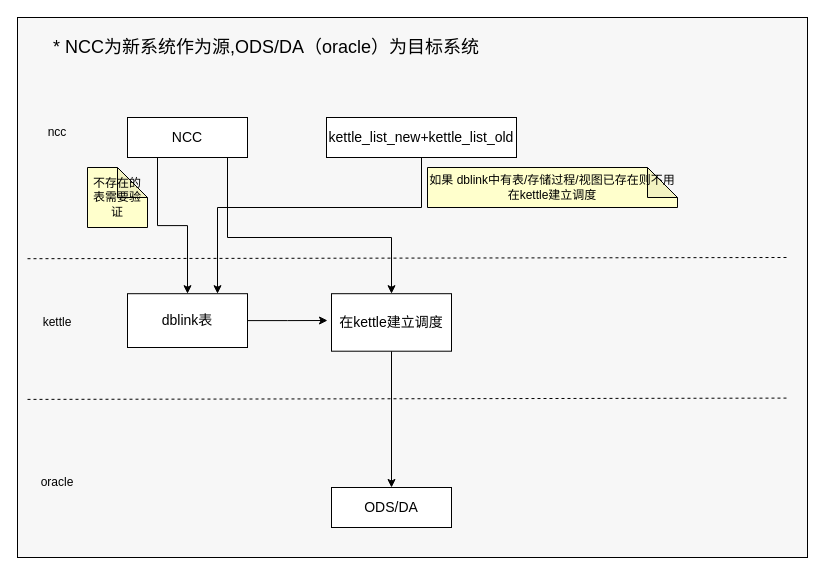
Earlier version of the draw.io diagram img/NCC升级改造.drawio (ztacode/drawio). Source tidied: cells renumbered, new cells numbered last; positions are measured from the earlier drawing's top-left corner, leaving out a move shared by most shapes. Both pictures are drawn from the tidied source at 100%, with x=0, y=0 at pixel (17, 17).
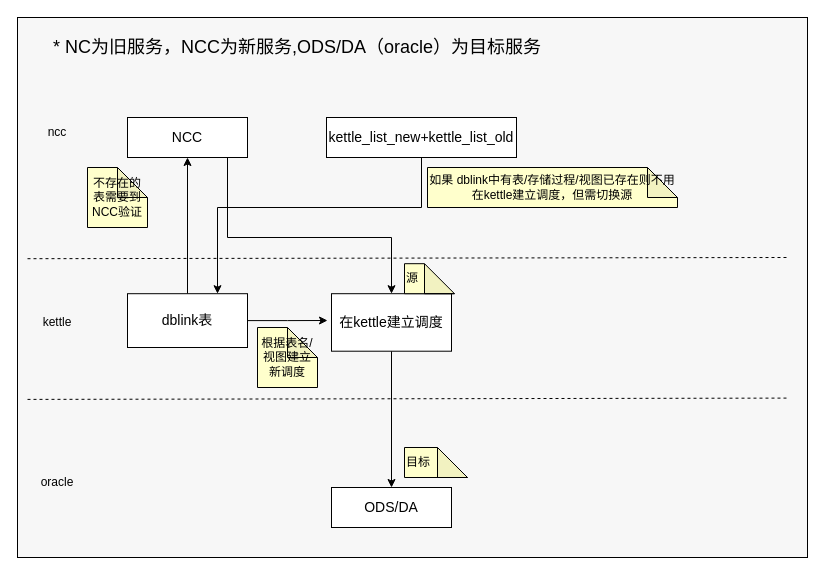
The same diagram, later.

Commit message:
更新NCC升级改造.drawio

Unchanged cells that the change refers to:
```xml
<mxCell id="7" value="&lt;font style=&quot;font-size: 14px;&quot;&gt;dblink表&lt;/font&gt;" style="rounded=0;whiteSpace=wrap;html=1;" parent="1" vertex="1">
  <mxGeometry x="110" y="276.2" width="120" height="53.8" as="geometry" />
</mxCell>
<mxCell id="13" value="&lt;font style=&quot;font-size: 14px;&quot;&gt;NCC&lt;/font&gt;" style="rounded=0;whiteSpace=wrap;html=1;fillColor=#FFFFFF;" parent="1" vertex="1">
  <mxGeometry x="110" y="100" width="120" height="40" as="geometry" />
</mxCell>
```

Diff of the diagram source:
```diff
@@
+    <mxCell id="21" style="edgeStyle=orthogonalEdgeStyle;rounded=0;jettySize=auto;html=1;exitX=0.5;exitY=0;exitDx=0;exitDy=0;shadow=0;fontFamily=Helvetica;fontSize=12;fontColor=#000000;fillColor=#F2F2F2;" parent="1" edge="1" source="7" target="13">
+      <mxGeometry relative="1" as="geometry" />
+    </mxCell>
@@
-    <mxCell id="8" value="&lt;font style=&quot;font-size: 12px;&quot;&gt;如果 dblink中有表/存储过程/视图已存在则不用在kettle建立调度&lt;/font&gt;" style="shape=note;whiteSpace=wrap;html=1;backgroundOutline=1;darkOpacity=0.05;fillColor=#FFFFCC;" parent="1" vertex="1">
+    <mxCell id="8" value="&lt;font style=&quot;font-size: 12px;&quot;&gt;如果 dblink中有表/存储过程/视图已存在则不用在kettle建立调度，但需切换源&lt;/font&gt;" style="shape=note;whiteSpace=wrap;html=1;backgroundOutline=1;darkOpacity=0.05;fillColor=#FFFFCC;" parent="1" vertex="1">
       <mxGeometry x="410" y="150" width="250" height="40" as="geometry" />
     </mxCell>
@@
-    <mxCell id="12" style="edgeStyle=orthogonalEdgeStyle;rounded=0;jettySize=auto;html=1;exitX=0.25;exitY=1;exitDx=0;exitDy=0;entryX=0.5;entryY=0;entryDx=0;entryDy=0;shadow=0;fontFamily=Helvetica;fontSize=18;fontColor=default;" parent="1" edge="1" source="13" target="7">
-      <mxGeometry relative="1" as="geometry" />
-    </mxCell>
@@
-    <mxCell id="16" value="* NCC为新系统作为源,ODS/DA（oracle）为目标系统" style="text;html=1;strokeColor=none;fillColor=none;align=left;verticalAlign=middle;whiteSpace=wrap;rounded=0;fontFamily=Helvetica;fontSize=18;" parent="1" vertex="1">
+    <mxCell id="16" value="* NC为旧服务，NCC为新服务,ODS/DA（oracle）为目标服务" style="text;html=1;strokeColor=none;fillColor=none;align=left;verticalAlign=middle;whiteSpace=wrap;rounded=0;fontFamily=Helvetica;fontSize=18;" parent="1" vertex="1">
       <mxGeometry x="34" y="10" width="756" height="40" as="geometry" />
     </mxCell>
-    <mxCell id="17" value="&lt;font style=&quot;font-size: 12px;&quot;&gt;不存在的表需要验证&lt;/font&gt;" style="shape=note;whiteSpace=wrap;html=1;backgroundOutline=1;darkOpacity=0.05;fillColor=#FFFFCC;" parent="1" vertex="1">
+    <mxCell id="17" value="&lt;font style=&quot;font-size: 12px;&quot;&gt;不存在的表需要到NCC验证&lt;/font&gt;" style="shape=note;whiteSpace=wrap;html=1;backgroundOutline=1;darkOpacity=0.05;fillColor=#FFFFCC;" parent="1" vertex="1">
       <mxGeometry x="70" y="150" width="60" height="60" as="geometry" />
     </mxCell>
@@
+    <mxCell id="22" value="根据表名/视图建立新调度" style="shape=note;whiteSpace=wrap;html=1;backgroundOutline=1;darkOpacity=0.05;fillColor=#FFFFCC;" parent="1" vertex="1">
+      <mxGeometry x="240" y="310" width="60" height="60" as="geometry" />
+    </mxCell>
+    <mxCell id="23" value="源" style="shape=note;whiteSpace=wrap;html=1;backgroundOutline=1;darkOpacity=0.05;fillColor=#FFFFCC;align=left;" parent="1" vertex="1">
+      <mxGeometry x="387" y="246.2" width="50" height="30" as="geometry" />
+    </mxCell>
+    <mxCell id="24" value="目标" style="shape=note;whiteSpace=wrap;html=1;backgroundOutline=1;darkOpacity=0.05;fillColor=#FFFFCC;align=left;" parent="1" vertex="1">
+      <mxGeometry x="387" y="430" width="63" height="30" as="geometry" />
+    </mxCell>
```
